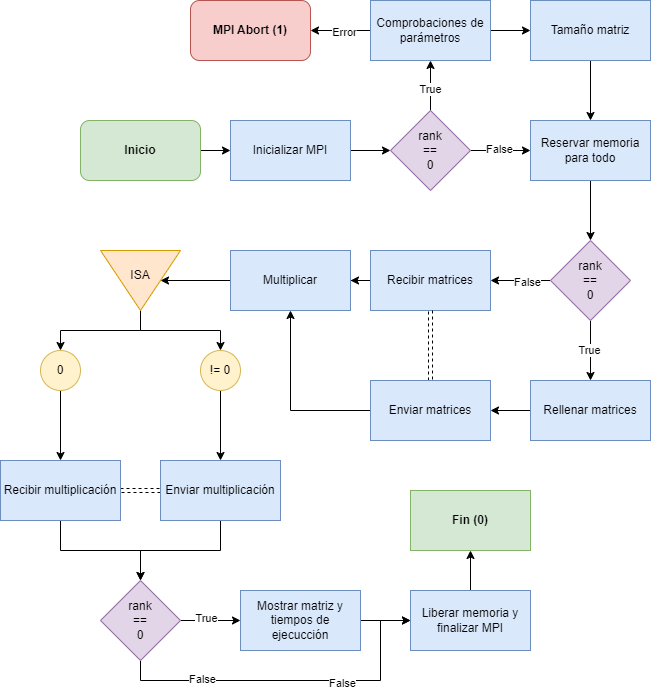
Above: Entregable4.drawio.png in Joseleelsuper/ARPA-Entregable4 (draw.io), before the change. Source tidied: cells renumbered, new cells last; positions are measured from the earlier drawing's top-left corner, leaving out a move shared by most shapes.
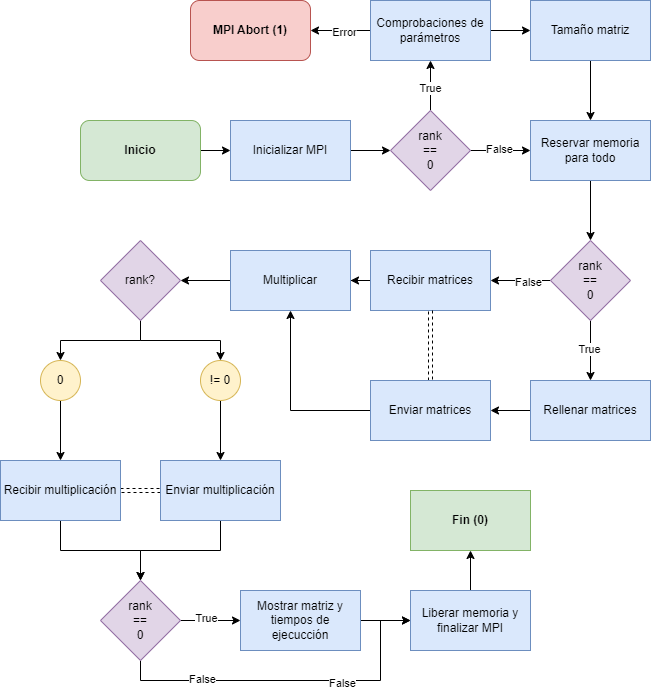
After the change.

Change to the diagram source:
```diff
@@ -89,35 +89,23 @@
     <mxCell id="30" value="Enviar matrices" style="whiteSpace=wrap;html=1;fillColor=#dae8fc;strokeColor=#6c8ebf;" parent="1" vertex="1">
       <mxGeometry x="370" y="380" width="120" height="60" as="geometry" />
     </mxCell>
-    <mxCell id="31" style="edgeStyle=orthogonalEdgeStyle;rounded=0;jettySize=auto;html=1;entryX=0.5;entryY=0;entryDx=0;entryDy=0;" parent="1" edge="1" source="32" target="35">
-      <mxGeometry relative="1" as="geometry" />
-    </mxCell>
+    <mxCell id="58" style="edgeStyle=orthogonalEdgeStyle;rounded=0;jettySize=auto;html=1;" parent="1" edge="1" source="32" target="61">
+      <mxGeometry relative="1" as="geometry" />
+    </mxCell>
     <mxCell id="32" value="Multiplicar" style="whiteSpace=wrap;html=1;fillColor=#dae8fc;strokeColor=#6c8ebf;" parent="1" vertex="1">
       <mxGeometry x="230" y="250" width="120" height="60" as="geometry" />
     </mxCell>
-    <mxCell id="33" style="edgeStyle=orthogonalEdgeStyle;rounded=0;jettySize=auto;html=1;entryX=0.5;entryY=0;entryDx=0;entryDy=0;exitX=1;exitY=0.5;exitDx=0;exitDy=0;" parent="1" edge="1" source="35" target="38">
-      <mxGeometry relative="1" as="geometry" />
-    </mxCell>
-    <mxCell id="34" style="edgeStyle=orthogonalEdgeStyle;rounded=0;jettySize=auto;html=1;entryX=0.5;entryY=0;entryDx=0;entryDy=0;exitX=1;exitY=0.5;exitDx=0;exitDy=0;" parent="1" edge="1" source="35" target="40">
-      <mxGeometry relative="1" as="geometry" />
-    </mxCell>
-    <mxCell id="35" style="triangle;whiteSpace=wrap;html=1;rotation=90;fillColor=#ffe6cc;strokeColor=#d79b00;" parent="1" vertex="1">
-      <mxGeometry x="110" y="240" width="60" height="80" as="geometry" />
-    </mxCell>
-    <mxCell id="36" value="ISA" style="text;html=1;strokeColor=none;fillColor=none;align=center;verticalAlign=middle;whiteSpace=wrap;rounded=0;" parent="1" vertex="1">
-      <mxGeometry x="110" y="260" width="60" height="30" as="geometry" />
-    </mxCell>
     <mxCell id="37" style="edgeStyle=orthogonalEdgeStyle;rounded=0;jettySize=auto;html=1;" parent="1" edge="1" source="38" target="43">
       <mxGeometry relative="1" as="geometry" />
     </mxCell>
     <mxCell id="38" value="0" style="ellipse;whiteSpace=wrap;html=1;fillColor=#fff2cc;strokeColor=#d6b656;" parent="1" vertex="1">
-      <mxGeometry x="40" y="350" width="40" height="40" as="geometry" />
+      <mxGeometry x="40" y="360" width="40" height="40" as="geometry" />
     </mxCell>
     <mxCell id="39" style="edgeStyle=orthogonalEdgeStyle;rounded=0;jettySize=auto;html=1;" parent="1" edge="1" source="40" target="45">
       <mxGeometry relative="1" as="geometry" />
     </mxCell>
     <mxCell id="40" value="!= 0" style="ellipse;whiteSpace=wrap;html=1;fillColor=#fff2cc;strokeColor=#d6b656;" parent="1" vertex="1">
-      <mxGeometry x="200" y="350" width="40" height="40" as="geometry" />
+      <mxGeometry x="200" y="360" width="40" height="40" as="geometry" />
     </mxCell>
     <mxCell id="41" style="edgeStyle=orthogonalEdgeStyle;rounded=0;jettySize=auto;html=1;shape=link;dashed=1;" parent="1" edge="1" source="43" target="45">
       <mxGeometry relative="1" as="geometry" />
@@ -176,5 +164,14 @@
     <mxCell id="57" value="&lt;b&gt;MPI Abort (1)&lt;/b&gt;" style="rounded=1;whiteSpace=wrap;html=1;fillColor=#f8cecc;strokeColor=#b85450;" parent="1" vertex="1">
       <mxGeometry x="190" width="120" height="60" as="geometry" />
     </mxCell>
+    <mxCell id="59" style="edgeStyle=orthogonalEdgeStyle;rounded=0;jettySize=auto;html=1;entryX=0.5;entryY=0;entryDx=0;entryDy=0;exitX=0.5;exitY=1;exitDx=0;exitDy=0;" parent="1" edge="1" source="61" target="38">
+      <mxGeometry relative="1" as="geometry" />
+    </mxCell>
+    <mxCell id="60" style="edgeStyle=orthogonalEdgeStyle;rounded=0;jettySize=auto;html=1;entryX=0.5;entryY=0;entryDx=0;entryDy=0;exitX=0.5;exitY=1;exitDx=0;exitDy=0;" parent="1" edge="1" source="61" target="40">
+      <mxGeometry relative="1" as="geometry" />
+    </mxCell>
+    <mxCell id="61" value="rank?" style="rhombus;whiteSpace=wrap;html=1;fillColor=#e1d5e7;strokeColor=#9673a6;" parent="1" vertex="1">
+      <mxGeometry x="100" y="240" width="80" height="80" as="geometry" />
+    </mxCell>
   </root>
 </mxGraphModel>
```
